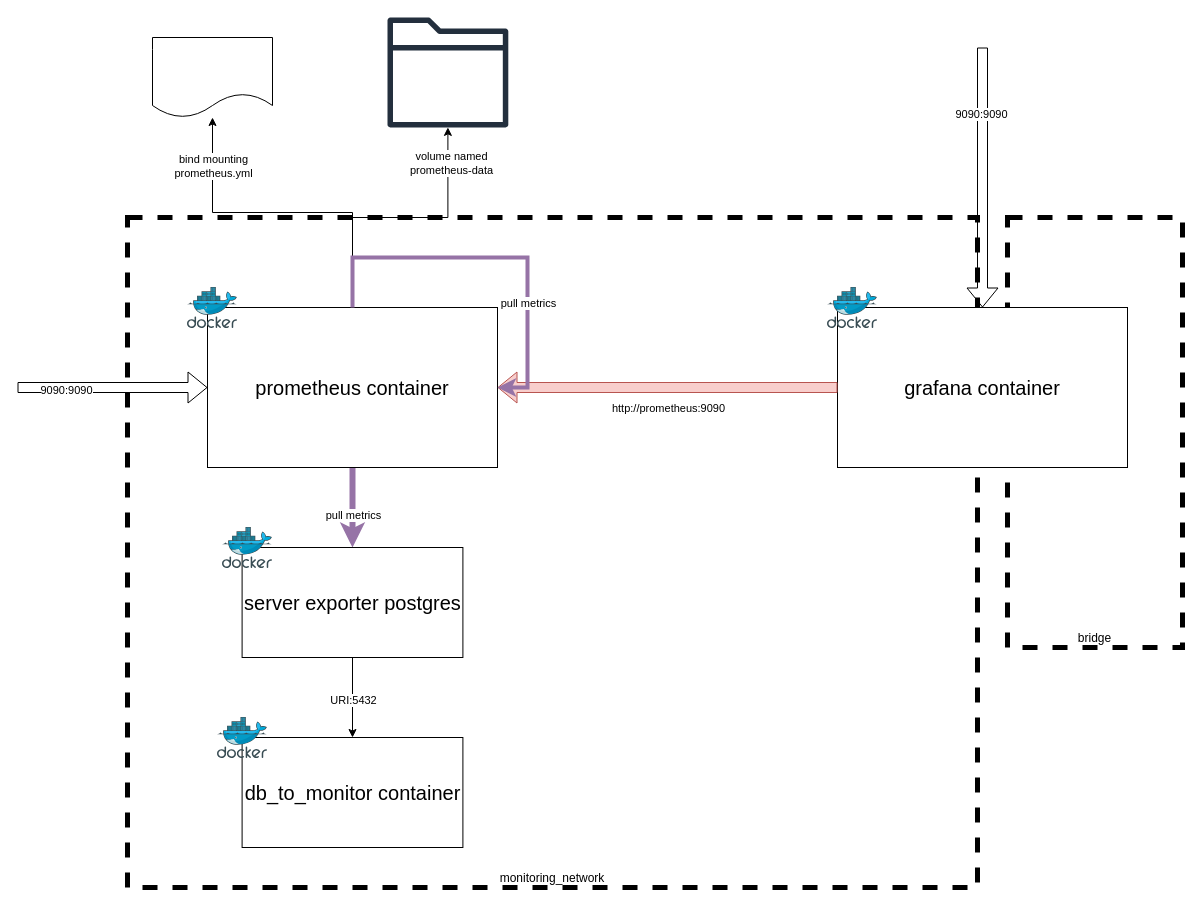
This is page "monitoring-grafana-pg" (12 of 12) of planning.drawio from argonaultes-education/hexagone-3b-3INSI-2026, a draw.io file, before an edit. Source tidied: cells renumbered, new cells numbered last; positions are measured from the earlier drawing's top-left corner, leaving out a move shared by most shapes. Both pictures are drawn from the tidied source at 100%, with x=0, y=0 at pixel (17, 17).
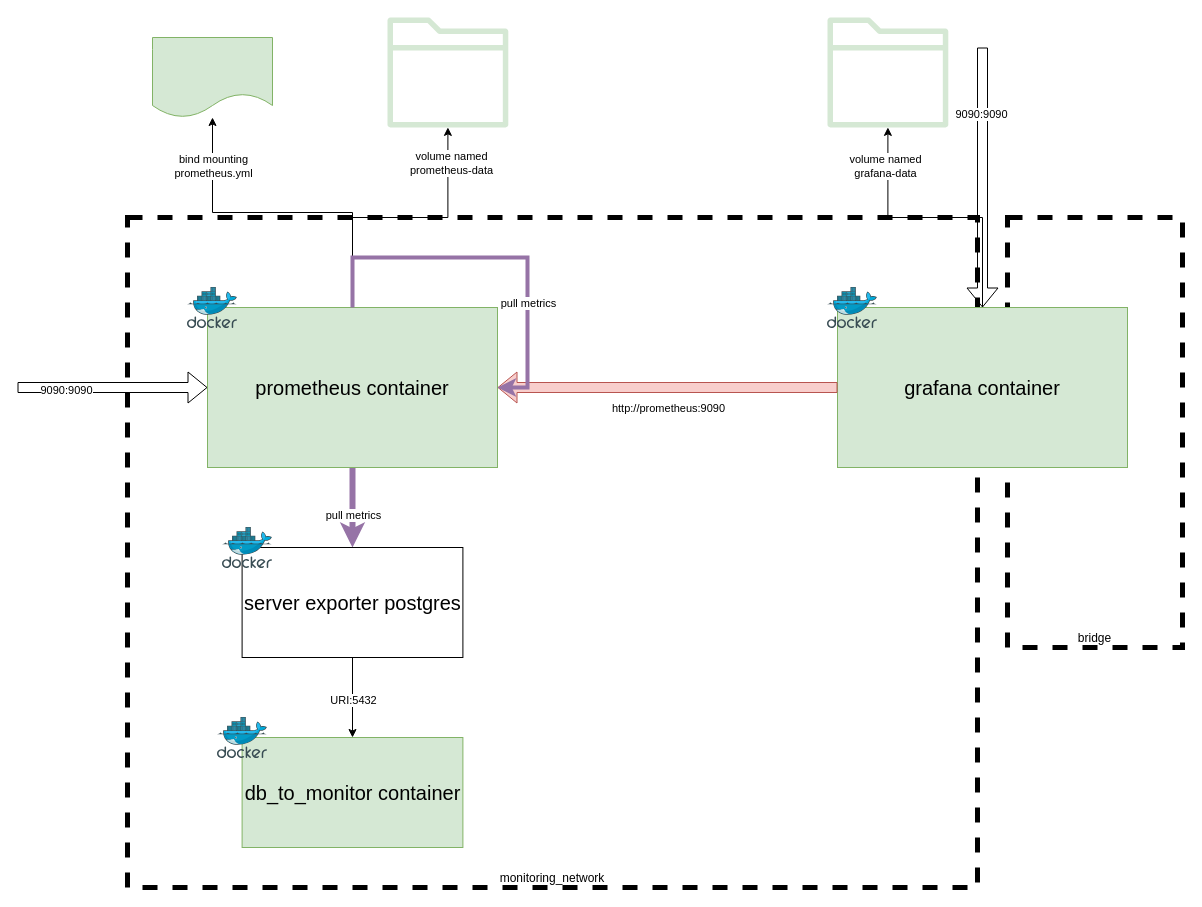
After the change.

Commit message (it also covers changes not shown here):
data volume grafana

The edit, as a diff of the source:
```diff
@@
-    <mxCell id="10" value="prometheus container" style="rounded=0;whiteSpace=wrap;html=1;fontSize=20;" parent="1" vertex="1">
+    <mxCell id="10" value="prometheus container" style="rounded=0;whiteSpace=wrap;html=1;fontSize=20;fillColor=#d5e8d4;strokeColor=#82b366;" parent="1" vertex="1">
       <mxGeometry x="190" y="290" width="290" height="160" as="geometry" />
     </mxCell>
@@
-    <mxCell id="12" style="shape=document;whiteSpace=wrap;html=1;boundedLbl=1;" parent="1" vertex="1">
+    <mxCell id="12" style="shape=document;whiteSpace=wrap;html=1;boundedLbl=1;fillColor=#d5e8d4;strokeColor=#82b366;" parent="1" vertex="1">
       <mxGeometry x="135" y="20" width="120" height="80" as="geometry" />
     </mxCell>
-    <mxCell id="13" style="sketch=0;outlineConnect=0;fontColor=#232F3E;gradientColor=none;fillColor=#232F3D;strokeColor=none;dashed=0;verticalLabelPosition=bottom;verticalAlign=top;align=center;html=1;fontSize=12;fontStyle=0;shape=mxgraph.aws4.folder;" parent="1" vertex="1">
+    <mxCell id="13" style="sketch=0;outlineConnect=0;fillColor=#d5e8d4;strokeColor=#82b366;dashed=0;verticalLabelPosition=bottom;verticalAlign=top;align=center;html=1;fontSize=12;fontStyle=0;shape=mxgraph.aws4.folder;" parent="1" vertex="1">
       <mxGeometry x="370" width="120.8" height="110" as="geometry" />
     </mxCell>
+    <mxCell id="30" style="edgeStyle=orthogonalEdgeStyle;rounded=0;jettySize=auto;html=1;" parent="1" edge="1" source="14" target="32">
+      <mxGeometry relative="1" as="geometry" />
+    </mxCell>
+    <mxCell id="31" value="volume named&lt;div&gt;grafana-data&lt;/div&gt;" style="edgeLabel;html=1;align=center;verticalAlign=middle;" parent="30" vertex="1">
+      <mxGeometry x="0.72" y="3" relative="1" as="geometry" />
+    </mxCell>
-    <mxCell id="14" value="grafana container" style="rounded=0;whiteSpace=wrap;html=1;fontSize=20;" parent="1" vertex="1">
+    <mxCell id="14" value="grafana container" style="rounded=0;whiteSpace=wrap;html=1;fontSize=20;fillColor=#d5e8d4;strokeColor=#82b366;" parent="1" vertex="1">
       <mxGeometry x="820" y="290" width="290" height="160" as="geometry" />
     </mxCell>
@@
-    <mxCell id="22" value="db_to_monitor container" style="rounded=0;whiteSpace=wrap;html=1;fontSize=20;" parent="1" vertex="1">
+    <mxCell id="22" value="db_to_monitor container" style="rounded=0;whiteSpace=wrap;html=1;fontSize=20;fillColor=#d5e8d4;strokeColor=#82b366;" parent="1" vertex="1">
       <mxGeometry x="224.6" y="720" width="220.8" height="110" as="geometry" />
     </mxCell>
@@
+    <mxCell id="32" style="sketch=0;outlineConnect=0;fillColor=#d5e8d4;strokeColor=#82b366;dashed=0;verticalLabelPosition=bottom;verticalAlign=top;align=center;html=1;fontSize=12;fontStyle=0;shape=mxgraph.aws4.folder;" parent="1" vertex="1">
+      <mxGeometry x="810" width="120.8" height="110" as="geometry" />
+    </mxCell>
```
